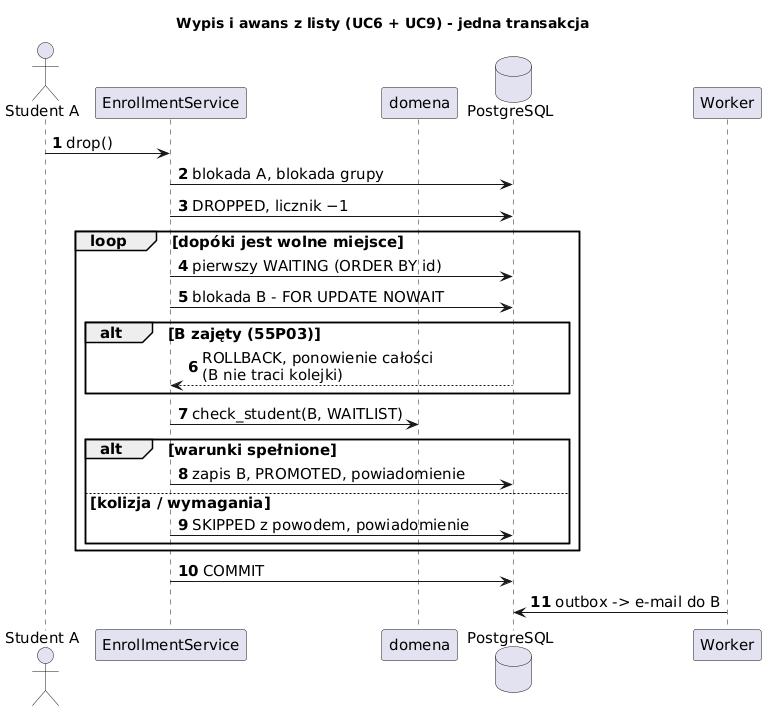
The PlantUML diagram etap3/diagramy/sekwencja_awans_skrot.png in Husaria55/USOSv2, before a commit. Its diagram source:
```plantuml
@startuml sekwencja_awans_skrot
title Wypis i awans z listy (UC6 + UC9) - jedna transakcja
skinparam shadowing false
skinparam defaultFontSize 15
skinparam sequenceMessageAlign left
autonumber

actor "Student A" as A
participant "EnrollmentService" as svc
participant "domena" as dom
database "PostgreSQL" as db
participant "Worker" as w

A -> svc : drop()
svc -> db : blokada A, blokada grupy
svc -> db : DROPPED, licznik −1
loop dopóki jest wolne miejsce
  svc -> db : pierwszy WAITING (ORDER BY id)
  svc -> db : blokada B - FOR UPDATE NOWAIT
  alt B zajęty (55P03)
    db --> svc : ROLLBACK, ponowienie całości\n(B nie traci kolejki)
  end
  svc -> dom : check_student(B, WAITLIST)
  alt warunki spełnione
    svc -> db : zapis B, PROMOTED, powiadomienie
  else kolizja / wymagania
    svc -> db : SKIPPED z powodem, powiadomienie
  end
end
svc -> db : COMMIT
w -> db : outbox -> e-mail do B
@enduml
```
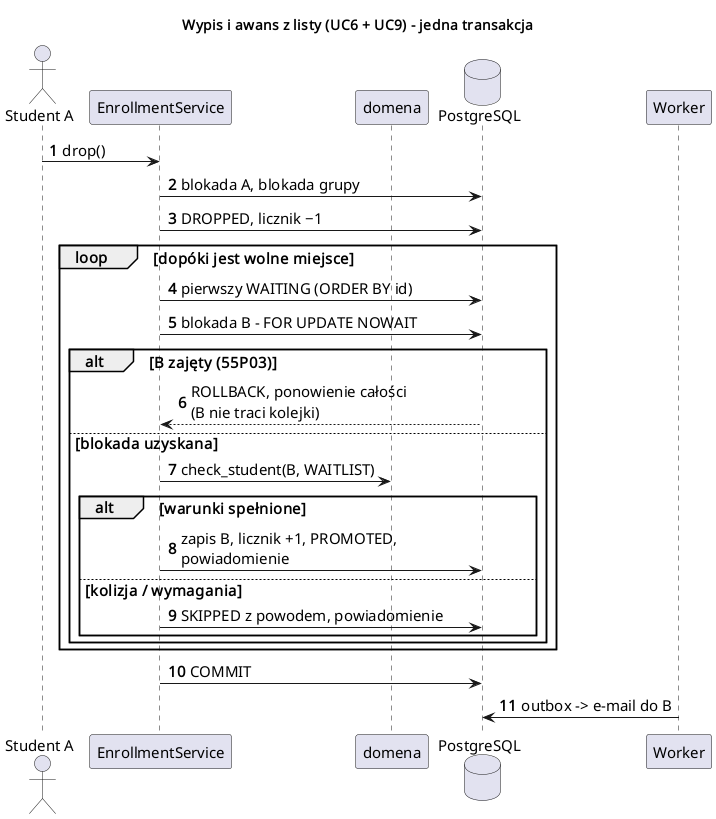
The same file after the commit.

Change to the diagram source:
```diff
@@ -19,12 +19,13 @@
   svc -> db : blokada B - FOR UPDATE NOWAIT
   alt B zajęty (55P03)
     db --> svc : ROLLBACK, ponowienie całości\n(B nie traci kolejki)
-  end
-  svc -> dom : check_student(B, WAITLIST)
-  alt warunki spełnione
-    svc -> db : zapis B, PROMOTED, powiadomienie
-  else kolizja / wymagania
-    svc -> db : SKIPPED z powodem, powiadomienie
+  else blokada uzyskana
+    svc -> dom : check_student(B, WAITLIST)
+    alt warunki spełnione
+      svc -> db : zapis B, licznik +1, PROMOTED,\npowiadomienie
+    else kolizja / wymagania
+      svc -> db : SKIPPED z powodem, powiadomienie
+    end
   end
 end
 svc -> db : COMMIT
```
